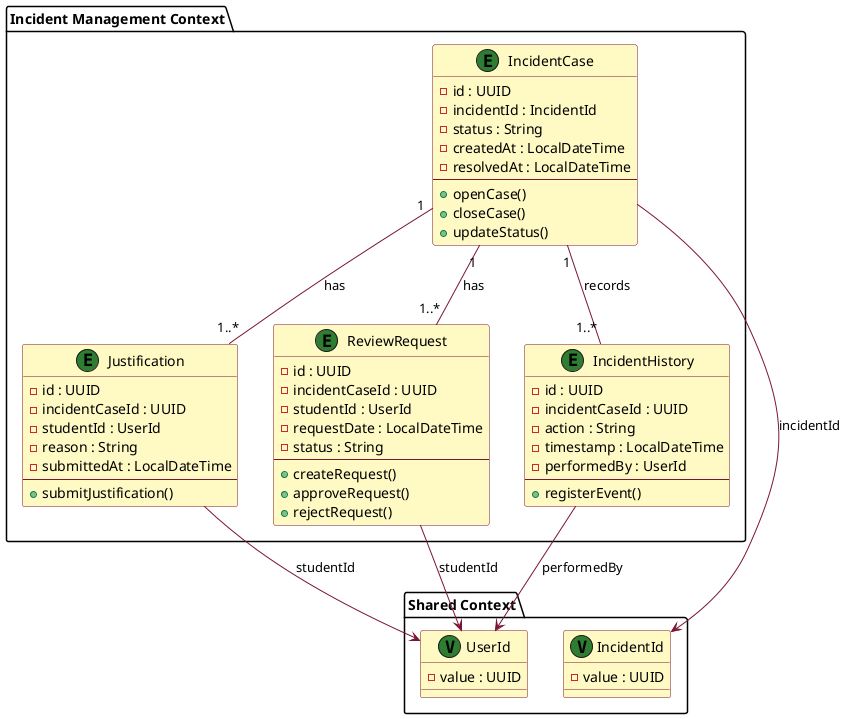
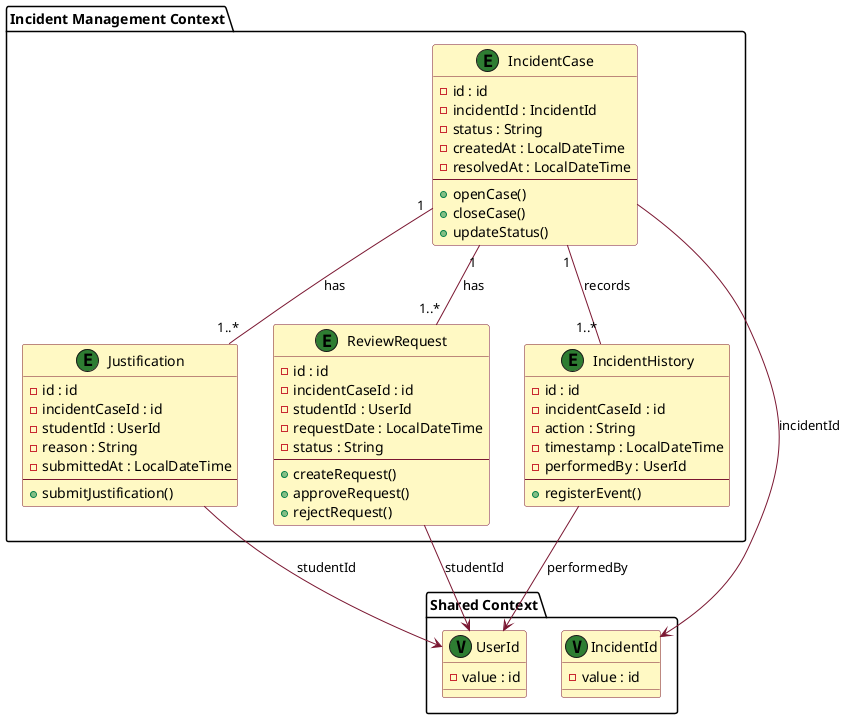
@startuml "Incident Management Context"

skinparam class {
  BackgroundColor #FFF9C4
  BorderColor #7A1631
  StereotypeFontColor #2E7D32
}
skinparam Arrow {
  Color #7A1631
}

package "Incident Management Context" {
  class IncidentCase << (E,#2E7D32) >> {
-     - id : UUID
+     - id : id
    - incidentId : IncidentId
    - status : String
    - createdAt : LocalDateTime
    - resolvedAt : LocalDateTime
    --
    + openCase()
    + closeCase()
    + updateStatus()
  }

  class Justification << (E,#2E7D32) >> {
-     - id : UUID
-     - incidentCaseId : UUID
+     - id : id
+     - incidentCaseId : id
    - studentId : UserId
    - reason : String
    - submittedAt : LocalDateTime
    --
    + submitJustification()
  }

  class ReviewRequest << (E,#2E7D32) >> {
-     - id : UUID
-     - incidentCaseId : UUID
+     - id : id
+     - incidentCaseId : id
    - studentId : UserId
    - requestDate : LocalDateTime
    - status : String
    --
    + createRequest()
    + approveRequest()
    + rejectRequest()
  }

  class IncidentHistory << (E,#2E7D32) >> {
-     - id : UUID
-     - incidentCaseId : UUID
+     - id : id
+     - incidentCaseId : id
    - action : String
    - timestamp : LocalDateTime
    - performedBy : UserId
    --
    + registerEvent()
  }
}

package "Shared Context" {
  class IncidentId << (V,#2E7D32) >> {
-     - value : UUID
+     - value : id
  }

  class UserId << (V,#2E7D32) >> {
-     - value : UUID
+     - value : id
  }
}

IncidentCase "1" -- "1..*" Justification : has
IncidentCase "1" -- "1..*" ReviewRequest : has
IncidentCase "1" -- "1..*" IncidentHistory : records
IncidentCase --> IncidentId : incidentId
Justification --> UserId : studentId
ReviewRequest --> UserId : studentId
IncidentHistory --> UserId : performedBy

@enduml
